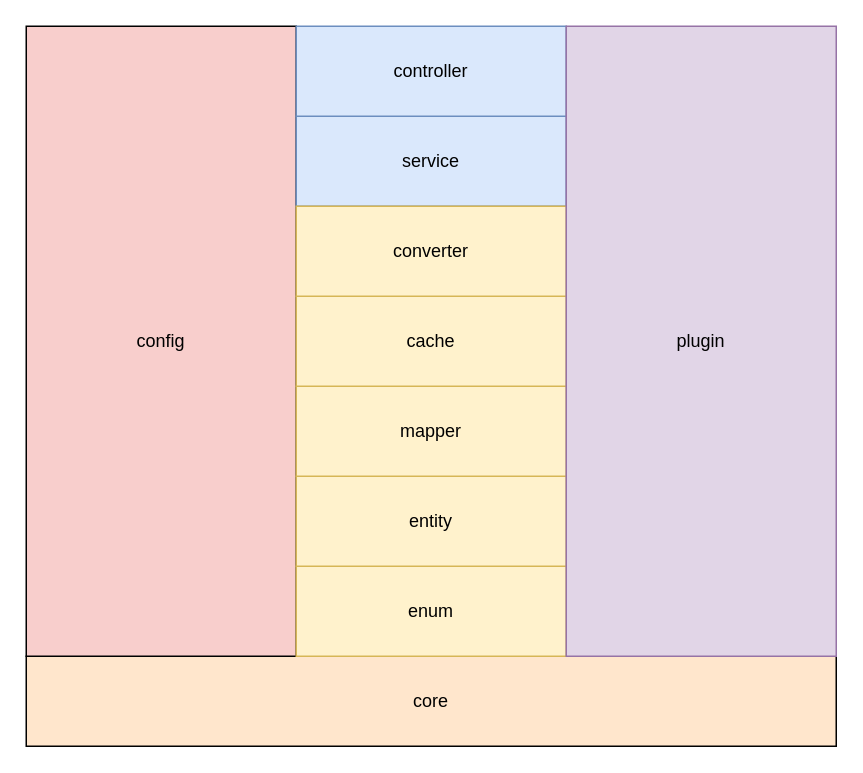
The draw.io diagram src/main/java/com/kaos/document/Frame.drawio in walnut-qin/springboot.skynet, before the edit. Source tidied: cells renumbered, new cells numbered last; positions are measured from the earlier drawing's top-left corner, leaving out a move shared by most shapes. Both pictures are drawn from the tidied source at 150%, with x=0, y=0 at pixel (26, 26).
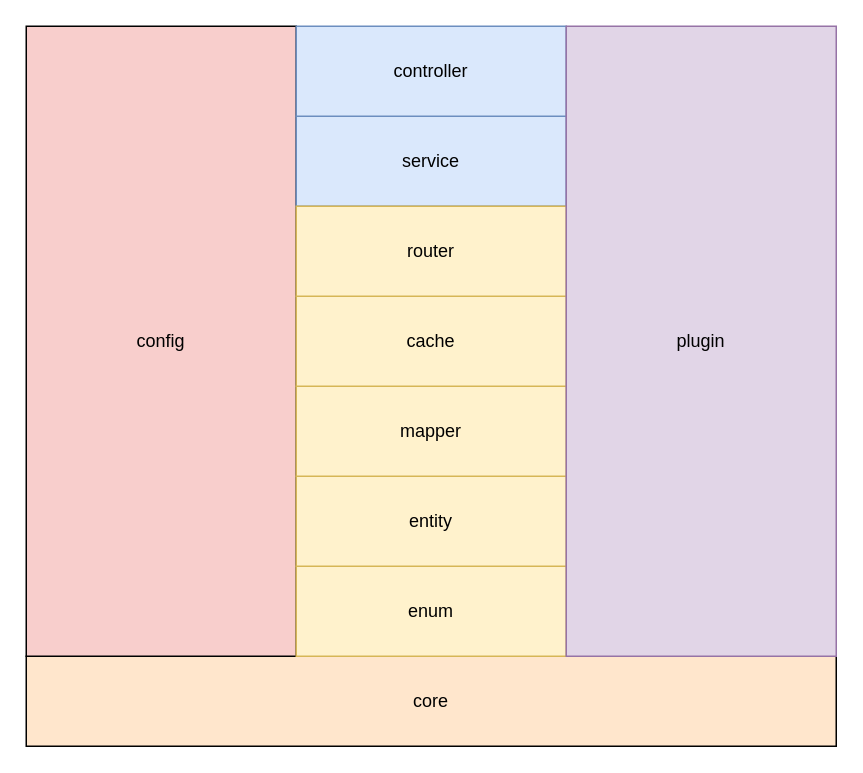
After the change.

The edit, as a diff of the source:
```diff
@@
 <mxGraphModel>
   <root>
     <mxCell id="0" />
     <mxCell id="1" parent="0" />
     <mxCell id="2" value="core" style="rounded=0;whiteSpace=wrap;html=1;fillColor=#ffe6cc;" parent="1" vertex="1">
       <mxGeometry y="420" width="540" height="60" as="geometry" />
     </mxCell>
     <mxCell id="3" value="config" style="rounded=0;whiteSpace=wrap;html=1;fillColor=#f8cecc;" parent="1" vertex="1">
       <mxGeometry width="180" height="420" as="geometry" />
     </mxCell>
     <mxCell id="4" value="enum" style="rounded=0;whiteSpace=wrap;html=1;fillColor=#fff2cc;strokeColor=#d6b656;" parent="1" vertex="1">
       <mxGeometry x="180" y="360" width="180" height="60" as="geometry" />
     </mxCell>
     <mxCell id="5" value="entity" style="rounded=0;whiteSpace=wrap;html=1;fillColor=#fff2cc;strokeColor=#d6b656;" parent="1" vertex="1">
       <mxGeometry x="180" y="300" width="180" height="60" as="geometry" />
     </mxCell>
     <mxCell id="6" value="mapper" style="rounded=0;whiteSpace=wrap;html=1;fillColor=#fff2cc;strokeColor=#d6b656;" parent="1" vertex="1">
       <mxGeometry x="180" y="240" width="180" height="60" as="geometry" />
     </mxCell>
     <mxCell id="7" value="cache" style="rounded=0;whiteSpace=wrap;html=1;fillColor=#fff2cc;strokeColor=#d6b656;" parent="1" vertex="1">
       <mxGeometry x="180" y="180" width="180" height="60" as="geometry" />
     </mxCell>
     <mxCell id="8" value="service" style="rounded=0;whiteSpace=wrap;html=1;fillColor=#dae8fc;strokeColor=#6c8ebf;" parent="1" vertex="1">
       <mxGeometry x="180" y="60" width="180" height="60" as="geometry" />
     </mxCell>
     <mxCell id="9" value="controller" style="rounded=0;whiteSpace=wrap;html=1;fillColor=#dae8fc;strokeColor=#6c8ebf;" parent="1" vertex="1">
       <mxGeometry x="180" width="180" height="60" as="geometry" />
     </mxCell>
-    <mxCell id="10" value="converter" style="rounded=0;whiteSpace=wrap;html=1;fillColor=#fff2cc;strokeColor=#d6b656;" parent="1" vertex="1">
+    <mxCell id="10" value="router" style="rounded=0;whiteSpace=wrap;html=1;fillColor=#fff2cc;strokeColor=#d6b656;" parent="1" vertex="1">
       <mxGeometry x="180" y="120" width="180" height="60" as="geometry" />
     </mxCell>
     <mxCell id="11" value="plugin" style="rounded=0;whiteSpace=wrap;html=1;fillColor=#e1d5e7;strokeColor=#9673a6;" parent="1" vertex="1">
       <mxGeometry x="360" width="180" height="420" as="geometry" />
     </mxCell>
   </root>
 </mxGraphModel>
```
